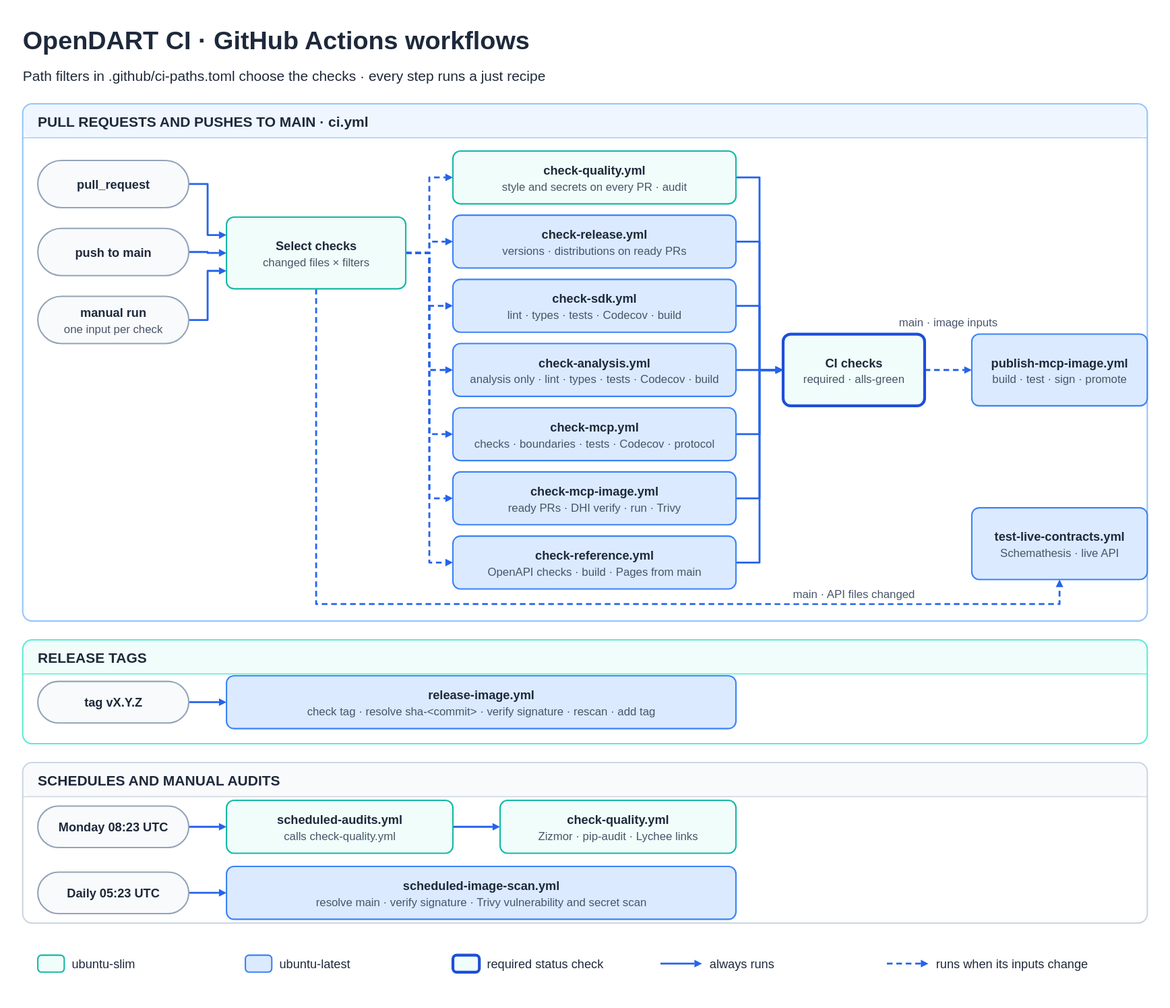
Before: .github/workflows.svg, a diagram exported from draw.io (orestxherija/opendart). Source tidied: cells renumbered, new cells last; positions are measured from the earlier drawing's top-left corner, leaving out a move shared by most shapes.
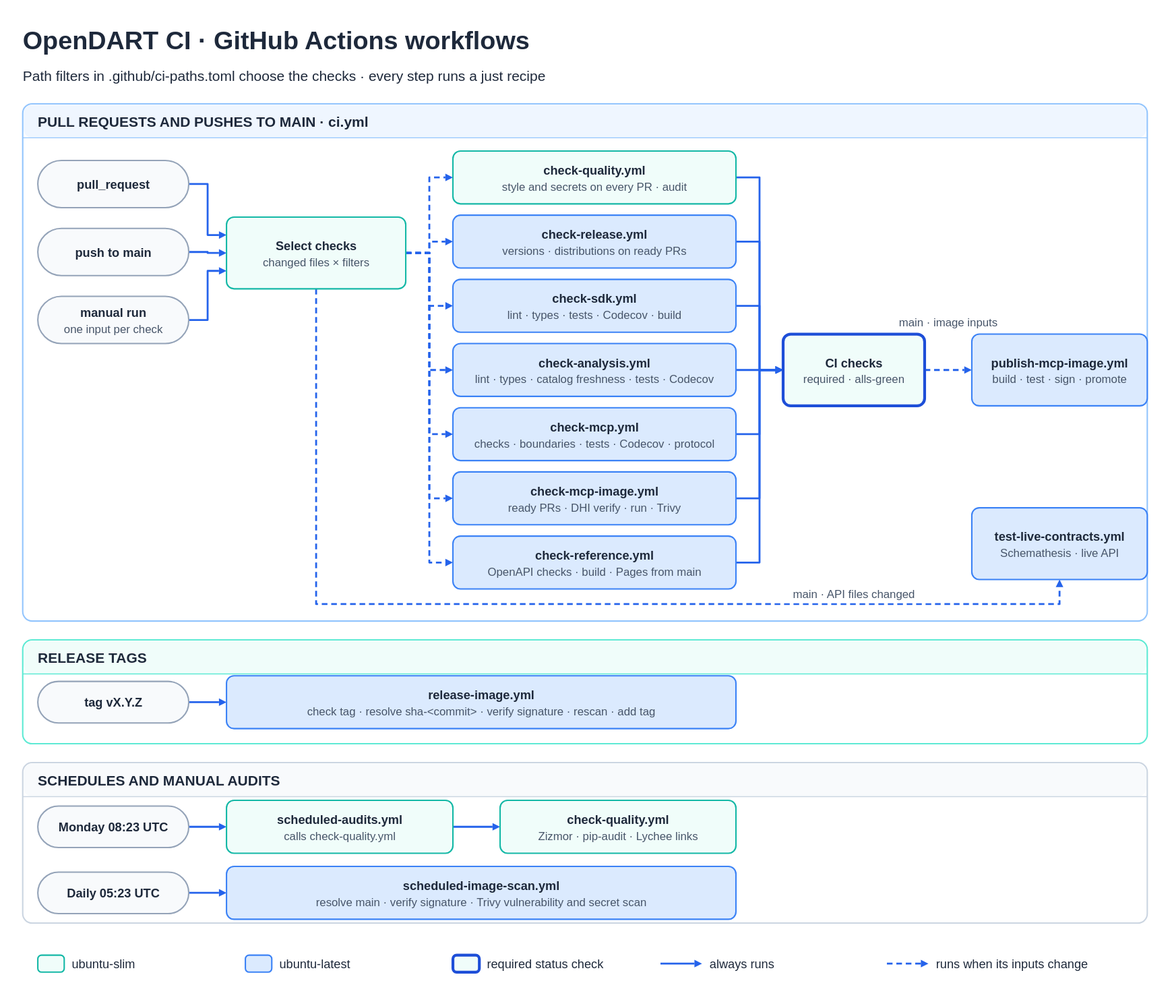
Above is the later version.

Diff of the diagram source:
```diff
@@ -38,7 +38,7 @@
     <mxCell id="13" value="&lt;b&gt;check-sdk.yml&lt;/b&gt;&lt;br&gt;&lt;font style=&quot;font-size:12px&quot; color=&quot;#475569&quot;&gt;lint · types · tests · Codecov · build&lt;/font&gt;" style="rounded=1;whiteSpace=wrap;html=1;fontFamily=Arial;fontSize=13;fontColor=#1e293b;spacing=12;fillColor=#dbeafe;strokeColor=#3b82f6;strokeWidth=1.5;" parent="1" vertex="1">
       <mxGeometry x="456" y="274" width="300" height="56" as="geometry" />
     </mxCell>
-    <mxCell id="14" value="&lt;b&gt;check-analysis.yml&lt;/b&gt;&lt;br&gt;&lt;font style=&quot;font-size:12px&quot; color=&quot;#475569&quot;&gt;analysis only · lint · types · tests · Codecov · build&lt;/font&gt;" style="rounded=1;whiteSpace=wrap;html=1;fontFamily=Arial;fontSize=13;fontColor=#1e293b;spacing=12;fillColor=#dbeafe;strokeColor=#3b82f6;strokeWidth=1.5;" parent="1" vertex="1">
+    <mxCell id="14" value="&lt;b&gt;check-analysis.yml&lt;/b&gt;&lt;br&gt;&lt;font style=&quot;font-size:12px&quot; color=&quot;#475569&quot;&gt;lint · types · catalog freshness · tests · Codecov&lt;/font&gt;" style="rounded=1;whiteSpace=wrap;html=1;fontFamily=Arial;fontSize=13;fontColor=#1e293b;spacing=12;fillColor=#dbeafe;strokeColor=#3b82f6;strokeWidth=1.5;" parent="1" vertex="1">
       <mxGeometry x="456" y="342" width="300" height="56" as="geometry" />
     </mxCell>
     <mxCell id="15" value="&lt;b&gt;check-mcp.yml&lt;/b&gt;&lt;br&gt;&lt;font style=&quot;font-size:12px&quot; color=&quot;#475569&quot;&gt;checks · boundaries · tests · Codecov · protocol&lt;/font&gt;" style="rounded=1;whiteSpace=wrap;html=1;fontFamily=Arial;fontSize=13;fontColor=#1e293b;spacing=12;fillColor=#dbeafe;strokeColor=#3b82f6;strokeWidth=1.5;" parent="1" vertex="1">
```
